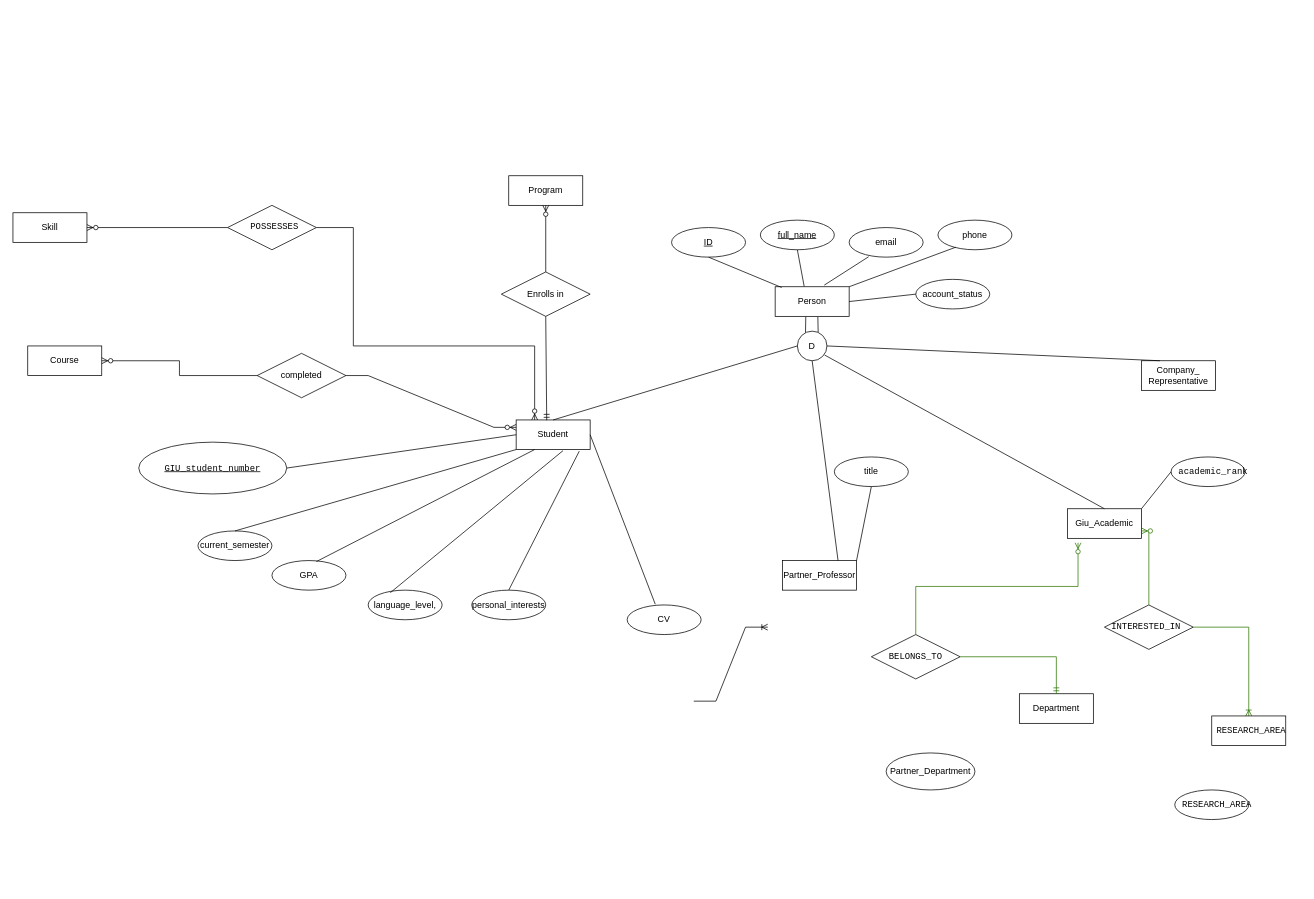
The draw.io diagram 01_People_Academic.drawio in kniveexe/giu-germany-connect, before the edit. Source tidied: cells renumbered, new cells numbered last; positions are measured from the earlier drawing's top-left corner, leaving out a move shared by most shapes. Both pictures are drawn from the tidied source at 74%, with x=0, y=0 at pixel (13, 175).
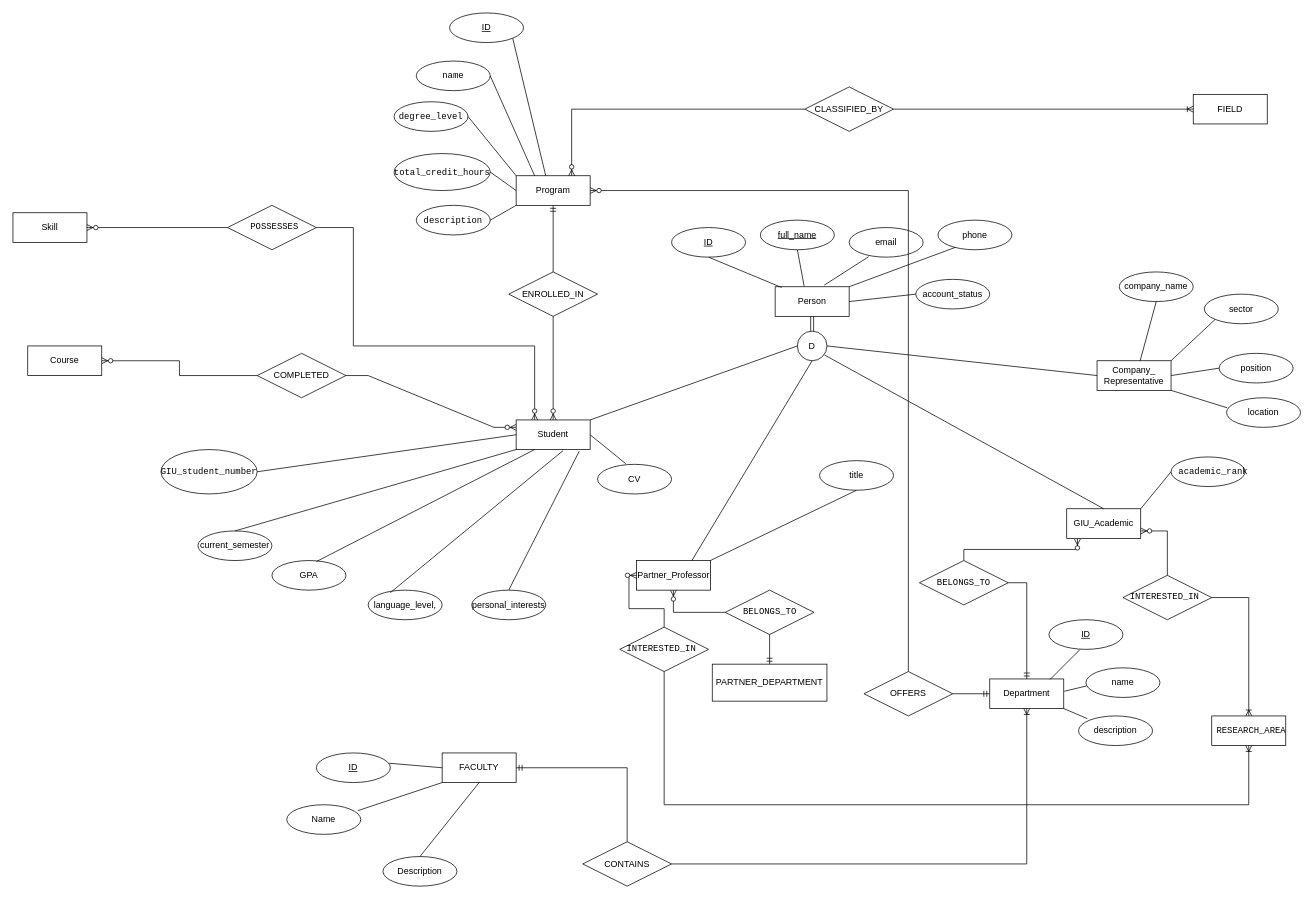
Above is the later version.

Unchanged cells that the change refers to:
```xml
<mxCell id="2" value="Person" style="whiteSpace=wrap;html=1;align=center;" parent="1" vertex="1">
  <mxGeometry x="1030" y="150" width="100" height="40" as="geometry" />
</mxCell>
<mxCell id="13" value="Student" style="whiteSpace=wrap;html=1;align=center;" parent="1" vertex="1">
  <mxGeometry x="680" y="330" width="100" height="40" as="geometry" />
</mxCell>
<mxCell id="17" value="D" style="ellipse;whiteSpace=wrap;html=1;shapeInside=1;" parent="1" vertex="1">
  <mxGeometry x="1060" y="210" width="40" height="40" as="geometry" />
</mxCell>
<mxCell id="58" value="&lt;pre dir=&quot;ltr&quot;&gt;&lt;code&gt; RESEARCH_AREA&lt;/code&gt;&lt;/pre&gt;" style="whiteSpace=wrap;html=1;align=center;" parent="1" vertex="1">
  <mxGeometry x="1620" y="730" width="100" height="40" as="geometry" />
</mxCell>
```

The edit, as a diff of the source:
```diff
@@
-    <mxCell id="14" value="Giu_Academic" style="whiteSpace=wrap;html=1;align=center;" parent="1" vertex="1">
-      <mxGeometry x="1425" y="450" width="100" height="40" as="geometry" />
+    <mxCell id="14" value="GIU_Academic" style="whiteSpace=wrap;html=1;align=center;" parent="1" vertex="1">
+      <mxGeometry x="1424" y="450" width="100" height="40" as="geometry" />
     </mxCell>
     <mxCell id="15" value="Partner_Professor" style="whiteSpace=wrap;html=1;align=center;" parent="1" vertex="1">
-      <mxGeometry x="1040" y="520" width="100" height="40" as="geometry" />
+      <mxGeometry x="842.5" y="520" width="100" height="40" as="geometry" />
     </mxCell>
     <mxCell id="16" value="Company_ Representative" style="whiteSpace=wrap;html=1;align=center;" parent="1" vertex="1">
-      <mxGeometry x="1525" y="250" width="100" height="40" as="geometry" />
+      <mxGeometry x="1465" y="250" width="100" height="40" as="geometry" />
     </mxCell>
@@
-    <mxCell id="19" style="endArrow=none;html=1;rounded=0;entryX=0;entryY=0.5;entryDx=0;entryDy=0;exitX=0.5;exitY=0;exitDx=0;exitDy=0;" parent="1" edge="1" source="13" target="17">
+    <mxCell id="19" style="endArrow=none;html=1;rounded=0;entryX=0;entryY=0.5;entryDx=0;entryDy=0;exitX=1;exitY=0;exitDx=0;exitDy=0;" parent="1" edge="1" source="13" target="17">
       <mxGeometry relative="1" as="geometry" />
     </mxCell>
@@
-    <mxCell id="21" style="endArrow=none;html=1;rounded=0;entryX=0.25;entryY=0;entryDx=0;entryDy=0;exitX=1;exitY=0.5;exitDx=0;exitDy=0;" parent="1" edge="1" source="17" target="16">
+    <mxCell id="21" style="endArrow=none;html=1;rounded=0;entryX=0;entryY=0.5;entryDx=0;entryDy=0;exitX=1;exitY=0.5;exitDx=0;exitDy=0;" parent="1" edge="1" source="17" target="16">
       <mxGeometry relative="1" as="geometry" />
     </mxCell>
-    <mxCell id="22" style="endArrow=none;html=1;rounded=0;entryX=0.414;entryY=1.017;entryDx=0;entryDy=0;entryPerimeter=0;exitX=0.275;exitY=0.05;exitDx=0;exitDy=0;exitPerimeter=0;" parent="1" edge="1" source="17" target="2">
-      <mxGeometry relative="1" as="geometry" />
-    </mxCell>
-    <mxCell id="23" style="endArrow=none;html=1;rounded=0;exitX=0.703;exitY=0.033;exitDx=0;exitDy=0;exitPerimeter=0;entryX=0.577;entryY=1.022;entryDx=0;entryDy=0;entryPerimeter=0;" parent="1" edge="1" source="17" target="2">
-      <mxGeometry relative="1" as="geometry" />
-    </mxCell>
@@
-    <mxCell id="25" value="&lt;code&gt;GIU_student_number&lt;/code&gt;" style="ellipse;whiteSpace=wrap;html=1;align=center;fontStyle=4;" parent="1" vertex="1">
-      <mxGeometry x="170" y="360" width="200" height="70" as="geometry" />
-    </mxCell>
@@
     <mxCell id="35" value="CV" style="ellipse;whiteSpace=wrap;html=1;align=center;" parent="1" vertex="1">
-      <mxGeometry x="830" y="580" width="100" height="40" as="geometry" />
+      <mxGeometry x="790" y="390" width="100" height="40" as="geometry" />
     </mxCell>
     <mxCell id="36" value="Program" style="whiteSpace=wrap;html=1;align=center;" parent="1" vertex="1">
-      <mxGeometry x="670" width="100" height="40" as="geometry" />
+      <mxGeometry x="680" width="100" height="40" as="geometry" />
     </mxCell>
@@
-    <mxCell id="39" value="Enrolls in" style="shape=rhombus;perimeter=rhombusPerimeter;whiteSpace=wrap;html=1;align=center;" parent="1" vertex="1">
-      <mxGeometry x="660" y="130" width="120" height="60" as="geometry" />
+    <mxCell id="39" value="ENROLLED_IN" style="shape=rhombus;perimeter=rhombusPerimeter;whiteSpace=wrap;html=1;align=center;" parent="1" vertex="1">
+      <mxGeometry x="670" y="130" width="120" height="60" as="geometry" />
     </mxCell>
-    <mxCell id="40" style="fontSize=12;html=1;endArrow=ERmandOne;rounded=0;entryX=0.413;entryY=0.011;entryDx=0;entryDy=0;exitX=0.5;exitY=1;exitDx=0;exitDy=0;entryPerimeter=0;" parent="1" edge="1" source="39" target="13">
-      <mxGeometry relative="1" as="geometry" />
-    </mxCell>
-    <mxCell id="41" style="fontSize=12;html=1;endArrow=ERzeroToMany;endFill=1;rounded=0;exitX=0.5;exitY=0;exitDx=0;exitDy=0;entryX=0.5;entryY=1;entryDx=0;entryDy=0;" parent="1" edge="1" source="39" target="36">
-      <mxGeometry relative="1" as="geometry" />
-    </mxCell>
-    <mxCell id="42" value="completed" style="shape=rhombus;perimeter=rhombusPerimeter;whiteSpace=wrap;html=1;align=center;" parent="1" vertex="1">
+    <mxCell id="42" value="COMPLETED" style="shape=rhombus;perimeter=rhombusPerimeter;whiteSpace=wrap;html=1;align=center;" parent="1" vertex="1">
       <mxGeometry x="330" y="240" width="120" height="60" as="geometry" />
     </mxCell>
@@
     <mxCell id="51" value="&lt;pre dir=&quot;ltr&quot;&gt;&lt;code&gt;BELONGS_TO&lt;/code&gt;&lt;/pre&gt;" style="shape=rhombus;perimeter=rhombusPerimeter;whiteSpace=wrap;html=1;align=center;" parent="1" vertex="1">
-      <mxGeometry x="1160" y="620" width="120" height="60" as="geometry" />
+      <mxGeometry x="962.5" y="560" width="120" height="60" as="geometry" />
     </mxCell>
     <mxCell id="52" value="&lt;pre dir=&quot;ltr&quot;&gt;&lt;code&gt;INTERESTED_IN &lt;/code&gt;&lt;/pre&gt;" style="shape=rhombus;perimeter=rhombusPerimeter;whiteSpace=wrap;html=1;align=center;" parent="1" vertex="1">
-      <mxGeometry x="1475" y="580" width="120" height="60" as="geometry" />
+      <mxGeometry x="1500" y="540" width="120" height="60" as="geometry" />
     </mxCell>
-    <mxCell id="53" style="fontSize=12;html=1;endArrow=ERzeroToMany;endFill=1;rounded=0;exitX=0.5;exitY=0;exitDx=0;exitDy=0;entryX=0.143;entryY=1.15;entryDx=0;entryDy=0;entryPerimeter=0;edgeStyle=orthogonalEdgeStyle;fillColor=#60a917;strokeColor=#2D7600;" parent="1" edge="1" source="51" target="14">
-      <mxGeometry relative="1" as="geometry" />
+    <mxCell id="53" style="fontSize=12;html=1;endArrow=ERzeroToMany;endFill=1;rounded=0;entryX=0.145;entryY=1.022;entryDx=0;entryDy=0;entryPerimeter=0;edgeStyle=orthogonalEdgeStyle;exitX=0.5;exitY=0;exitDx=0;exitDy=0;" parent="1" edge="1" source="67" target="14">
+      <mxGeometry x="-0.35" relative="1" as="geometry" />
     </mxCell>
-    <mxCell id="54" style="fontSize=12;html=1;endArrow=ERzeroToMany;endFill=1;rounded=0;exitX=0.5;exitY=0;exitDx=0;exitDy=0;entryX=1;entryY=0.75;entryDx=0;entryDy=0;edgeStyle=orthogonalEdgeStyle;fillColor=#60a917;strokeColor=#2D7600;" parent="1" edge="1" source="52" target="14">
+    <mxCell id="54" style="fontSize=12;html=1;endArrow=ERzeroToMany;endFill=1;rounded=0;exitX=0.5;exitY=0;exitDx=0;exitDy=0;entryX=1;entryY=0.75;entryDx=0;entryDy=0;edgeStyle=orthogonalEdgeStyle;" parent="1" edge="1" source="52" target="14">
       <mxGeometry relative="1" as="geometry" />
     </mxCell>
     <mxCell id="55" value="Department" style="whiteSpace=wrap;html=1;align=center;" parent="1" vertex="1">
-      <mxGeometry x="1360" y="700" width="100" height="40" as="geometry" />
+      <mxGeometry x="1320" y="680" width="100" height="40" as="geometry" />
     </mxCell>
-    <mxCell id="56" style="fontSize=12;html=1;endArrow=ERmandOne;rounded=0;entryX=0.5;entryY=0;entryDx=0;entryDy=0;exitX=1;exitY=0.5;exitDx=0;exitDy=0;edgeStyle=orthogonalEdgeStyle;fillColor=#60a917;strokeColor=#2D7600;" parent="1" edge="1" source="51" target="55">
+    <mxCell id="56" style="fontSize=12;html=1;endArrow=ERmandOne;rounded=0;entryX=0.5;entryY=0;entryDx=0;entryDy=0;edgeStyle=orthogonalEdgeStyle;exitX=1;exitY=0.5;exitDx=0;exitDy=0;" parent="1" edge="1" source="67" target="55">
       <mxGeometry relative="1" as="geometry" />
     </mxCell>
-    <mxCell id="57" style="fontSize=12;html=1;endArrow=ERoneToMany;rounded=0;entryX=0.5;entryY=0;entryDx=0;entryDy=0;exitX=1;exitY=0.5;exitDx=0;exitDy=0;edgeStyle=orthogonalEdgeStyle;fillColor=#60a917;strokeColor=#2D7600;" parent="1" edge="1" source="52" target="58">
+    <mxCell id="57" style="fontSize=12;html=1;endArrow=ERoneToMany;rounded=0;entryX=0.5;entryY=0;entryDx=0;entryDy=0;exitX=1;exitY=0.5;exitDx=0;exitDy=0;edgeStyle=orthogonalEdgeStyle;" parent="1" edge="1" source="52" target="58">
       <mxGeometry relative="1" as="geometry" />
     </mxCell>
@@
     <mxCell id="59" value="title" style="ellipse;whiteSpace=wrap;html=1;align=center;" parent="1" vertex="1">
-      <mxGeometry x="1110" y="380" width="100" height="40" as="geometry" />
+      <mxGeometry x="1090" y="385" width="100" height="40" as="geometry" />
     </mxCell>
@@
-    <mxCell id="61" value="Partner_Department" style="ellipse;whiteSpace=wrap;html=1;align=center;" parent="1" vertex="1">
-      <mxGeometry x="1180" y="780" width="120" height="50" as="geometry" />
-    </mxCell>
-    <mxCell id="62" value="&lt;pre dir=&quot;ltr&quot;&gt;&lt;code&gt;  RESEARCH_AREA&lt;/code&gt;&lt;/pre&gt;" style="ellipse;whiteSpace=wrap;html=1;align=center;" parent="1" vertex="1">
-      <mxGeometry x="1570" y="830" width="100" height="40" as="geometry" />
-    </mxCell>
-    <mxCell id="63" style="edgeStyle=entityRelationEdgeStyle;fontSize=12;html=1;endArrow=ERoneToMany;rounded=0;" parent="1" edge="1">
-      <mxGeometry relative="1" as="geometry">
-        <mxPoint x="920" y="710" as="sourcePoint" />
-        <mxPoint x="1020" y="610" as="targetPoint" />
-      </mxGeometry>
-    </mxCell>
+    <mxCell id="64" value="PARTNER_DEPARTMENT" style="whiteSpace=wrap;html=1;align=center;" parent="1" vertex="1">
+      <mxGeometry x="945" y="660" width="155" height="50" as="geometry" />
+    </mxCell>
+    <mxCell id="65" style="fontSize=12;html=1;endArrow=ERmandOne;rounded=0;exitX=0.5;exitY=1;exitDx=0;exitDy=0;entryX=0.5;entryY=0;entryDx=0;entryDy=0;" parent="1" edge="1" source="51" target="64">
+      <mxGeometry relative="1" as="geometry" />
+    </mxCell>
+    <mxCell id="66" style="fontSize=12;html=1;endArrow=ERzeroToMany;endFill=1;rounded=0;entryX=0.5;entryY=1;entryDx=0;entryDy=0;edgeStyle=orthogonalEdgeStyle;" parent="1" edge="1" source="51" target="15">
+      <mxGeometry x="0.44" relative="1" as="geometry" />
+    </mxCell>
+    <mxCell id="67" value="&lt;pre dir=&quot;ltr&quot;&gt;&lt;code&gt;BELONGS_TO&lt;/code&gt;&lt;/pre&gt;" style="shape=rhombus;perimeter=rhombusPerimeter;whiteSpace=wrap;html=1;align=center;" parent="1" vertex="1">
+      <mxGeometry x="1225" y="520" width="120" height="60" as="geometry" />
+    </mxCell>
+    <mxCell id="68" value="&lt;pre dir=&quot;ltr&quot;&gt;&lt;code&gt;INTERESTED_IN &lt;/code&gt;&lt;/pre&gt;" style="shape=rhombus;perimeter=rhombusPerimeter;whiteSpace=wrap;html=1;align=center;" parent="1" vertex="1">
+      <mxGeometry x="820" y="610" width="120" height="60" as="geometry" />
+    </mxCell>
+    <mxCell id="69" style="edgeStyle=orthogonalEdgeStyle;fontSize=12;html=1;endArrow=ERzeroToMany;endFill=1;rounded=0;entryX=0;entryY=0.5;entryDx=0;entryDy=0;exitX=0.5;exitY=0;exitDx=0;exitDy=0;" parent="1" edge="1" source="68" target="15">
+      <mxGeometry x="0.05" relative="1" as="geometry" />
+    </mxCell>
+    <mxCell id="70" value="company_name" style="ellipse;whiteSpace=wrap;html=1;align=center;" parent="1" vertex="1">
+      <mxGeometry x="1495" y="130" width="100" height="40" as="geometry" />
+    </mxCell>
+    <mxCell id="71" value="sector" style="ellipse;whiteSpace=wrap;html=1;align=center;" parent="1" vertex="1">
+      <mxGeometry x="1610" y="160" width="100" height="40" as="geometry" />
+    </mxCell>
+    <mxCell id="72" value="position" style="ellipse;whiteSpace=wrap;html=1;align=center;" parent="1" vertex="1">
+      <mxGeometry x="1630" y="240" width="100" height="40" as="geometry" />
+    </mxCell>
+    <mxCell id="73" value="location" style="ellipse;whiteSpace=wrap;html=1;align=center;" parent="1" vertex="1">
+      <mxGeometry x="1640" y="300" width="100" height="40" as="geometry" />
+    </mxCell>
+    <mxCell id="74" style="endArrow=none;html=1;rounded=0;entryX=0.5;entryY=1;entryDx=0;entryDy=0;exitX=0.582;exitY=0.004;exitDx=0;exitDy=0;exitPerimeter=0;" parent="1" edge="1" source="16" target="70">
+      <mxGeometry relative="1" as="geometry" />
+    </mxCell>
+    <mxCell id="75" style="endArrow=none;html=1;rounded=0;entryX=0;entryY=1;entryDx=0;entryDy=0;exitX=1;exitY=0;exitDx=0;exitDy=0;" parent="1" edge="1" source="16" target="71">
+      <mxGeometry relative="1" as="geometry" />
+    </mxCell>
+    <mxCell id="76" style="endArrow=none;html=1;rounded=0;entryX=0;entryY=0.5;entryDx=0;entryDy=0;exitX=1;exitY=0.5;exitDx=0;exitDy=0;" parent="1" edge="1" source="16" target="72">
+      <mxGeometry relative="1" as="geometry" />
+    </mxCell>
+    <mxCell id="77" style="endArrow=none;html=1;rounded=0;entryX=0.007;entryY=0.338;entryDx=0;entryDy=0;exitX=1;exitY=1;exitDx=0;exitDy=0;entryPerimeter=0;" parent="1" edge="1" source="16" target="73">
+      <mxGeometry relative="1" as="geometry" />
+    </mxCell>
+    <mxCell id="78" style="endArrow=none;html=1;rounded=0;shape=link;exitX=0.5;exitY=1;exitDx=0;exitDy=0;entryX=0.5;entryY=0;entryDx=0;entryDy=0;" parent="1" edge="1" source="2" target="17">
+      <mxGeometry relative="1" as="geometry" />
+    </mxCell>
+    <mxCell id="25" value="&lt;code&gt;GIU_student_number&lt;/code&gt;" style="ellipse;whiteSpace=wrap;html=1;align=center;" parent="1" vertex="1">
+      <mxGeometry x="200" y="370" width="130" height="60" as="geometry" />
+    </mxCell>
+    <mxCell id="79" value="FACULTY" style="whiteSpace=wrap;html=1;align=center;" parent="1" vertex="1">
+      <mxGeometry x="580" y="780" width="100" height="40" as="geometry" />
+    </mxCell>
+    <mxCell id="80" value="ID" style="ellipse;whiteSpace=wrap;html=1;align=center;fontStyle=4;" parent="1" vertex="1">
+      <mxGeometry x="410" y="780" width="100" height="40" as="geometry" />
+    </mxCell>
+    <mxCell id="81" value="Name" style="ellipse;whiteSpace=wrap;html=1;align=center;" parent="1" vertex="1">
+      <mxGeometry x="370" y="850" width="100" height="40" as="geometry" />
+    </mxCell>
+    <mxCell id="82" value="Description" style="ellipse;whiteSpace=wrap;html=1;align=center;" parent="1" vertex="1">
+      <mxGeometry x="500" y="920" width="100" height="40" as="geometry" />
+    </mxCell>
+    <mxCell id="83" style="endArrow=none;html=1;rounded=0;exitX=0.983;exitY=0.347;exitDx=0;exitDy=0;exitPerimeter=0;entryX=0;entryY=0.5;entryDx=0;entryDy=0;" parent="1" edge="1" source="80" target="79">
+      <mxGeometry relative="1" as="geometry" />
+    </mxCell>
+    <mxCell id="84" style="endArrow=none;html=1;rounded=0;exitX=0.96;exitY=0.2;exitDx=0;exitDy=0;entryX=0;entryY=1;entryDx=0;entryDy=0;exitPerimeter=0;" parent="1" edge="1" source="81" target="79">
+      <mxGeometry relative="1" as="geometry" />
+    </mxCell>
+    <mxCell id="85" style="endArrow=none;html=1;rounded=0;exitX=0.5;exitY=0;exitDx=0;exitDy=0;entryX=0.5;entryY=1;entryDx=0;entryDy=0;" parent="1" edge="1" source="82" target="79">
+      <mxGeometry relative="1" as="geometry" />
+    </mxCell>
+    <mxCell id="86" value="CONTAINS" style="shape=rhombus;perimeter=rhombusPerimeter;whiteSpace=wrap;html=1;align=center;" parent="1" vertex="1">
+      <mxGeometry x="770" y="900" width="120" height="60" as="geometry" />
+    </mxCell>
+    <mxCell id="87" style="edgeStyle=orthogonalEdgeStyle;fontSize=12;html=1;endArrow=ERoneToMany;rounded=0;entryX=0.5;entryY=1;entryDx=0;entryDy=0;exitX=1;exitY=0.5;exitDx=0;exitDy=0;" parent="1" edge="1" source="86" target="55">
+      <mxGeometry x="-0.04" relative="1" as="geometry" />
+    </mxCell>
+    <mxCell id="88" style="edgeStyle=orthogonalEdgeStyle;fontSize=12;html=1;endArrow=ERmandOne;rounded=0;entryX=1;entryY=0.5;entryDx=0;entryDy=0;exitX=0.5;exitY=0;exitDx=0;exitDy=0;" parent="1" edge="1" source="86" target="79">
+      <mxGeometry relative="1" as="geometry" />
+    </mxCell>
+    <mxCell id="89" value="ID" style="ellipse;whiteSpace=wrap;html=1;align=center;fontStyle=4;" parent="1" vertex="1">
+      <mxGeometry x="1400" y="600" width="100" height="40" as="geometry" />
+    </mxCell>
+    <mxCell id="90" value="name" style="ellipse;whiteSpace=wrap;html=1;align=center;" parent="1" vertex="1">
+      <mxGeometry x="1450" y="665" width="100" height="40" as="geometry" />
+    </mxCell>
+    <mxCell id="91" value="description" style="ellipse;whiteSpace=wrap;html=1;align=center;" parent="1" vertex="1">
+      <mxGeometry x="1440" y="730" width="100" height="40" as="geometry" />
+    </mxCell>
+    <mxCell id="92" style="endArrow=none;html=1;rounded=0;exitX=0.814;exitY=0.02;exitDx=0;exitDy=0;exitPerimeter=0;entryX=0.418;entryY=1.01;entryDx=0;entryDy=0;entryPerimeter=0;" parent="1" edge="1" source="55" target="89">
+      <mxGeometry relative="1" as="geometry" />
+    </mxCell>
+    <mxCell id="93" style="endArrow=none;html=1;rounded=0;exitX=1.007;exitY=0.416;exitDx=0;exitDy=0;exitPerimeter=0;entryX=0.01;entryY=0.611;entryDx=0;entryDy=0;entryPerimeter=0;" parent="1" edge="1" source="55" target="90">
+      <mxGeometry relative="1" as="geometry" />
+    </mxCell>
+    <mxCell id="94" style="endArrow=none;html=1;rounded=0;exitX=1;exitY=1;exitDx=0;exitDy=0;entryX=0.119;entryY=0.092;entryDx=0;entryDy=0;entryPerimeter=0;" parent="1" edge="1" source="55" target="91">
+      <mxGeometry relative="1" as="geometry" />
+    </mxCell>
+    <mxCell id="95" value="OFFERS" style="shape=rhombus;perimeter=rhombusPerimeter;whiteSpace=wrap;html=1;align=center;" parent="1" vertex="1">
+      <mxGeometry x="1150" y="670" width="120" height="60" as="geometry" />
+    </mxCell>
+    <mxCell id="96" style="fontSize=12;html=1;endArrow=ERmandOne;rounded=0;entryX=0;entryY=0.5;entryDx=0;entryDy=0;exitX=1;exitY=0.5;exitDx=0;exitDy=0;" parent="1" edge="1" source="95" target="55">
+      <mxGeometry relative="1" as="geometry" />
+    </mxCell>
+    <mxCell id="97" style="edgeStyle=orthogonalEdgeStyle;fontSize=12;html=1;endArrow=ERzeroToMany;endFill=1;rounded=0;entryX=1;entryY=0.5;entryDx=0;entryDy=0;exitX=0.5;exitY=0;exitDx=0;exitDy=0;" parent="1" edge="1" source="95" target="36">
+      <mxGeometry relative="1" as="geometry" />
+    </mxCell>
+    <mxCell id="40" style="fontSize=12;html=1;endArrow=ERzeroToMany;endFill=1;rounded=0;entryX=0.5;entryY=0;entryDx=0;entryDy=0;exitX=0.5;exitY=1;exitDx=0;exitDy=0;" parent="1" edge="1" source="39" target="13">
+      <mxGeometry relative="1" as="geometry" />
+    </mxCell>
+    <mxCell id="41" style="fontSize=12;html=1;endArrow=ERmandOne;rounded=0;entryX=0.5;entryY=1;entryDx=0;entryDy=0;exitX=0.5;exitY=0;exitDx=0;exitDy=0;" parent="1" edge="1" source="39" target="36">
+      <mxGeometry relative="1" as="geometry" />
+    </mxCell>
+    <mxCell id="98" style="edgeStyle=orthogonalEdgeStyle;fontSize=12;html=1;endArrow=ERoneToMany;rounded=0;exitX=0.5;exitY=1;exitDx=0;exitDy=0;entryX=0.5;entryY=1;entryDx=0;entryDy=0;" parent="1" edge="1" source="68" target="58">
+      <mxGeometry relative="1" as="geometry">
+        <Array as="points">
+          <mxPoint x="880" y="850" />
+          <mxPoint x="1670" y="850" />
+        </Array>
+      </mxGeometry>
+    </mxCell>
+    <mxCell id="99" value="CLASSIFIED_BY" style="shape=rhombus;perimeter=rhombusPerimeter;whiteSpace=wrap;html=1;align=center;" parent="1" vertex="1">
+      <mxGeometry x="1070" y="-120" width="120" height="60" as="geometry" />
+    </mxCell>
+    <mxCell id="100" value="FIELD" style="whiteSpace=wrap;html=1;align=center;" parent="1" vertex="1">
+      <mxGeometry x="1595" y="-110" width="100" height="40" as="geometry" />
+    </mxCell>
+    <mxCell id="101" style="edgeStyle=orthogonalEdgeStyle;fontSize=12;html=1;endArrow=ERzeroToMany;endFill=1;rounded=0;entryX=0.75;entryY=0;entryDx=0;entryDy=0;exitX=0;exitY=0.5;exitDx=0;exitDy=0;" parent="1" edge="1" source="99" target="36">
+      <mxGeometry relative="1" as="geometry" />
+    </mxCell>
+    <mxCell id="102" style="fontSize=12;html=1;endArrow=ERoneToMany;rounded=0;entryX=0;entryY=0.5;entryDx=0;entryDy=0;exitX=1;exitY=0.5;exitDx=0;exitDy=0;" parent="1" edge="1" source="99" target="100">
+      <mxGeometry relative="1" as="geometry" />
+    </mxCell>
+    <mxCell id="103" value="ID" style="ellipse;whiteSpace=wrap;html=1;align=center;fontStyle=4;" parent="1" vertex="1">
+      <mxGeometry x="590" y="-220" width="100" height="40" as="geometry" />
+    </mxCell>
+    <mxCell id="104" value="&lt;code&gt;name&lt;/code&gt;" style="ellipse;whiteSpace=wrap;html=1;align=center;" parent="1" vertex="1">
+      <mxGeometry x="545" y="-155" width="100" height="40" as="geometry" />
+    </mxCell>
+    <mxCell id="105" value="&lt;code&gt;degree_level&lt;/code&gt;" style="ellipse;whiteSpace=wrap;html=1;align=center;" parent="1" vertex="1">
+      <mxGeometry x="515" y="-100" width="100" height="40" as="geometry" />
+    </mxCell>
+    <mxCell id="106" value="&lt;code&gt;total_credit_hours&lt;/code&gt;" style="ellipse;whiteSpace=wrap;html=1;align=center;" parent="1" vertex="1">
+      <mxGeometry x="515" y="-30" width="130" height="50" as="geometry" />
+    </mxCell>
+    <mxCell id="107" value="&lt;code&gt;description&lt;/code&gt;" style="ellipse;whiteSpace=wrap;html=1;align=center;" parent="1" vertex="1">
+      <mxGeometry x="545" y="40" width="100" height="40" as="geometry" />
+    </mxCell>
+    <mxCell id="108" style="endArrow=none;html=1;rounded=0;exitX=1;exitY=1;exitDx=0;exitDy=0;entryX=0.4;entryY=0;entryDx=0;entryDy=0;entryPerimeter=0;" parent="1" edge="1" source="103" target="36">
+      <mxGeometry relative="1" as="geometry" />
+    </mxCell>
+    <mxCell id="109" style="endArrow=none;html=1;rounded=0;exitX=1;exitY=0.5;exitDx=0;exitDy=0;entryX=0.25;entryY=0;entryDx=0;entryDy=0;" parent="1" edge="1" source="104" target="36">
+      <mxGeometry relative="1" as="geometry" />
+    </mxCell>
+    <mxCell id="110" style="endArrow=none;html=1;rounded=0;exitX=1;exitY=0.5;exitDx=0;exitDy=0;entryX=0;entryY=0;entryDx=0;entryDy=0;" parent="1" edge="1" source="105" target="36">
+      <mxGeometry relative="1" as="geometry" />
+    </mxCell>
+    <mxCell id="111" style="endArrow=none;html=1;rounded=0;exitX=1;exitY=0.5;exitDx=0;exitDy=0;entryX=0;entryY=0.5;entryDx=0;entryDy=0;" parent="1" edge="1" source="106" target="36">
+      <mxGeometry relative="1" as="geometry" />
+    </mxCell>
+    <mxCell id="112" style="endArrow=none;html=1;rounded=0;exitX=1;exitY=0.5;exitDx=0;exitDy=0;entryX=0;entryY=1;entryDx=0;entryDy=0;" parent="1" edge="1" source="107" target="36">
+      <mxGeometry relative="1" as="geometry" />
+    </mxCell>
```
